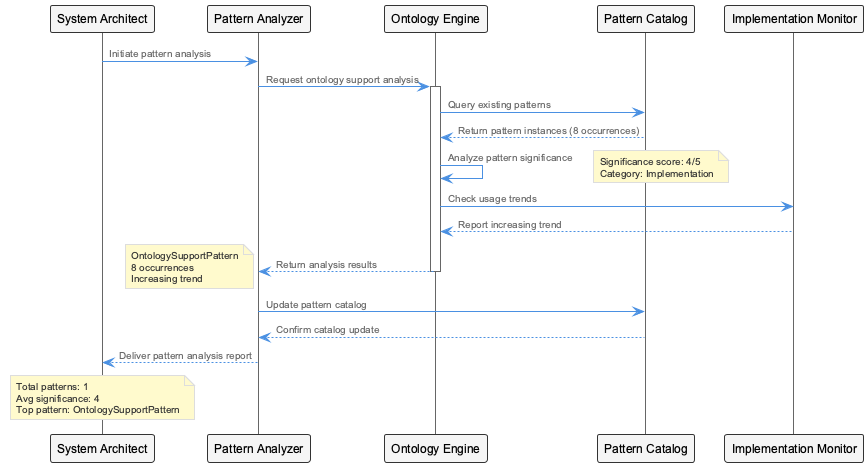
This is knowledge-management/insights/images/ontology-support-pattern-sequence.png from fwornle/coding, a PlantUML export, as it was before one commit.
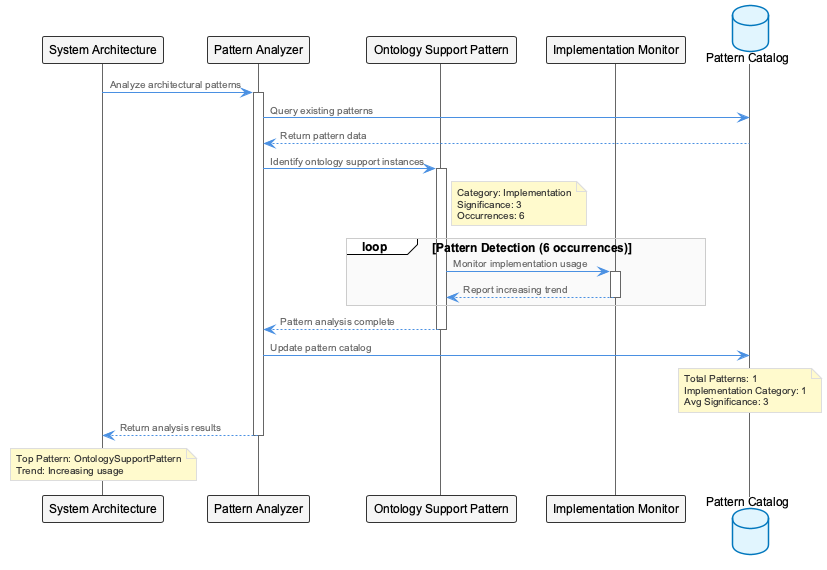
After the commit.

What changed in the source:
```diff
@@ -1,34 +1,38 @@
 @startuml
 !include /Users/q284340/Agentic/coding/docs/puml/_standard-style.puml
 
-participant "System Architect" as SA
+participant "System Architecture" as SA
 participant "Pattern Analyzer" as PA
-participant "Ontology Engine" as OE
-participant "Pattern Catalog" as PC
+participant "Ontology Support Pattern" as OSP
 participant "Implementation Monitor" as IM
+database "Pattern Catalog" as PC
 
-SA -> PA: Initiate pattern analysis
-PA -> OE: Request ontology support analysis
-activate OE
+SA -> PA: Analyze architectural patterns
+activate PA
 
-OE -> PC: Query existing patterns
-PC --> OE: Return pattern instances (8 occurrences)
+PA -> PC: Query existing patterns
+PC --> PA: Return pattern data
 
-OE -> OE: Analyze pattern significance
-note right: Significance score: 4/5\nCategory: Implementation
+PA -> OSP: Identify ontology support instances
+activate OSP
+note right of OSP: Category: Implementation\nSignificance: 3\nOccurrences: 6
 
-OE -> IM: Check usage trends
-IM --> OE: Report increasing trend
+loop Pattern Detection (6 occurrences)
+    OSP -> IM: Monitor implementation usage
+    activate IM
+    IM --> OSP: Report increasing trend
+    deactivate IM
+end
 
-OE --> PA: Return analysis results
-note left: OntologySupportPattern\n8 occurrences\nIncreasing trend
-
-deactivate OE
+OSP --> PA: Pattern analysis complete
+deactivate OSP
 
 PA -> PC: Update pattern catalog
-PC --> PA: Confirm catalog update
+note over PC: Total Patterns: 1\nImplementation Category: 1\nAvg Significance: 3
 
-PA --> SA: Deliver pattern analysis report
-note over SA: Total patterns: 1\nAvg significance: 4\nTop pattern: OntologySupportPattern
+PA --> SA: Return analysis results
+deactivate PA
+
+note over SA: Top Pattern: OntologySupportPattern\nTrend: Increasing usage
 
 @enduml
```
